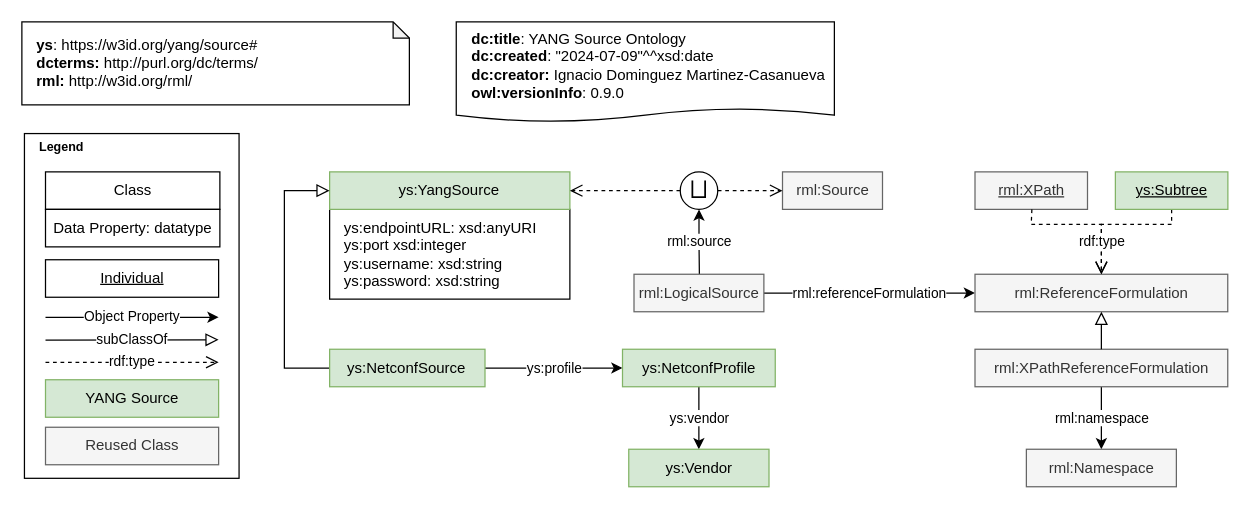
The draw.io diagram diagrams/yang-source.drawio in candil-data-fabric/yang-server-ontology, before the edit. Source tidied: cells renumbered, new cells numbered last; positions are measured from the earlier drawing's top-left corner, leaving out a move shared by most shapes. Both pictures are drawn from the tidied source at 125%, with x=0, y=0 at pixel (-41, 21).
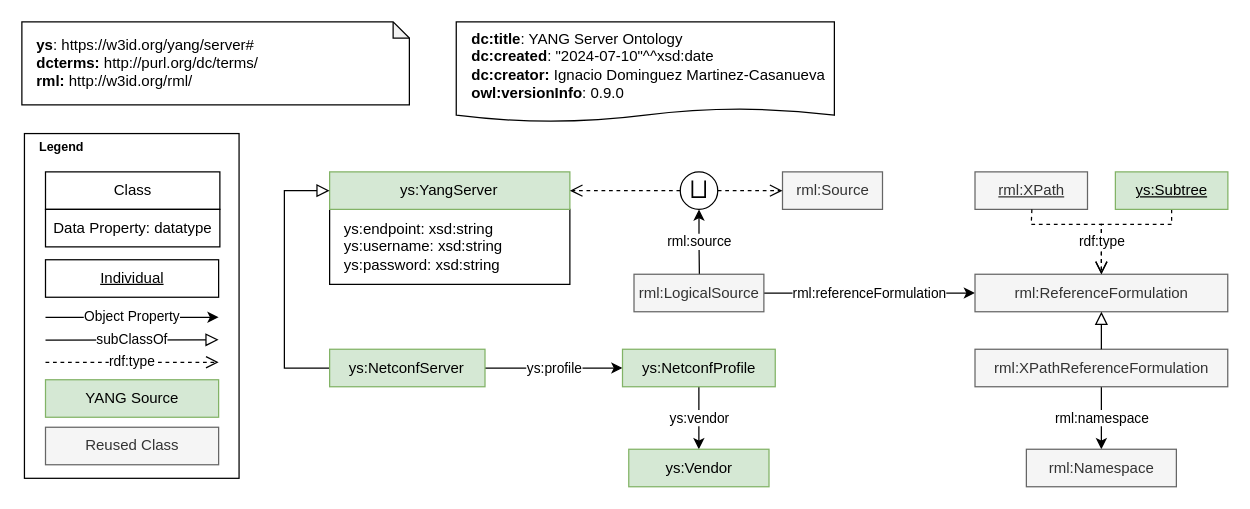
The same page after the edit.

The edit, as a diff of the source:
```diff
@@
-    <mxCell id="10" value="&lt;div&gt;&lt;b&gt;dc:title&lt;/b&gt;: YANG Source Ontology&lt;br&gt;&lt;/div&gt;&lt;div&gt;&lt;b&gt;dc:created&lt;/b&gt;: &quot;2024-07-09&quot;^^xsd:date&lt;/div&gt;&lt;div&gt;&lt;b&gt;dc:creator:&lt;/b&gt;&amp;nbsp;Ignacio Dominguez Martinez-Casanueva&lt;br&gt;&lt;/div&gt;&lt;div&gt;&lt;b&gt;owl:versionInfo&lt;/b&gt;: 0.9.0&lt;br&gt;&lt;/div&gt;" style="shape=document;whiteSpace=wrap;html=1;boundedLbl=1;labelBackgroundColor=#ffffff;strokeColor=#000000;fontSize=12;fontColor=#000000;size=0.13333333333333333;align=left;spacingLeft=10;" parent="1" vertex="1">
+    <mxCell id="10" value="&lt;div&gt;&lt;b&gt;dc:title&lt;/b&gt;: YANG Server Ontology&lt;br&gt;&lt;/div&gt;&lt;div&gt;&lt;b&gt;dc:created&lt;/b&gt;: &quot;2024-07-10&quot;^^xsd:date&lt;/div&gt;&lt;div&gt;&lt;b&gt;dc:creator:&lt;/b&gt;&amp;nbsp;Ignacio Dominguez Martinez-Casanueva&lt;br&gt;&lt;/div&gt;&lt;div&gt;&lt;b&gt;owl:versionInfo&lt;/b&gt;: 0.9.0&lt;br&gt;&lt;/div&gt;" style="shape=document;whiteSpace=wrap;html=1;boundedLbl=1;labelBackgroundColor=#ffffff;strokeColor=#000000;fontSize=12;fontColor=#000000;size=0.13333333333333333;align=left;spacingLeft=10;" parent="1" vertex="1">
       <mxGeometry x="397.5" width="302.5" height="80" as="geometry" />
     </mxCell>
@@
-    <mxCell id="12" value="&lt;div style=&quot;border-color: var(--border-color);&quot;&gt;&lt;b style=&quot;border-color: var(--border-color);&quot;&gt;ys&lt;/b&gt;:&amp;nbsp;&lt;span style=&quot;white-space: pre;&quot;&gt;&lt;font style=&quot;&quot; face=&quot;Helvetica&quot;&gt;https://w3id.org/yang/source#&lt;/font&gt;&lt;/span&gt;&lt;/div&gt;&lt;div style=&quot;border-color: var(--border-color);&quot;&gt;&lt;b style=&quot;background-color: initial; border-color: var(--border-color);&quot;&gt;dcterms:&amp;nbsp;&lt;/b&gt;&lt;span style=&quot;background-color: initial;&quot;&gt;http://purl.org/dc/terms/&lt;/span&gt;&lt;br&gt;&lt;/div&gt;&lt;div style=&quot;border-color: var(--border-color);&quot;&gt;&lt;span style=&quot;background-color: initial;&quot;&gt;&lt;b&gt;rml:&lt;/b&gt;&amp;nbsp;&lt;/span&gt;&lt;span style=&quot;background-color: initial;&quot;&gt;http://w3id.org/rml/&lt;/span&gt;&lt;/div&gt;&lt;b style=&quot;border-color: var(--border-color);&quot;&gt;&lt;div style=&quot;&quot;&gt;&lt;/div&gt;&lt;/b&gt;" style="shape=note;whiteSpace=wrap;html=1;backgroundOutline=1;darkOpacity=0.05;size=13;align=left;spacingLeft=10;" parent="1" vertex="1">
+    <mxCell id="12" value="&lt;div style=&quot;border-color: var(--border-color);&quot;&gt;&lt;b style=&quot;border-color: var(--border-color);&quot;&gt;ys&lt;/b&gt;:&amp;nbsp;&lt;span style=&quot;white-space: pre;&quot;&gt;&lt;font style=&quot;&quot; face=&quot;Helvetica&quot;&gt;https://w3id.org/yang/server#&lt;/font&gt;&lt;/span&gt;&lt;/div&gt;&lt;div style=&quot;border-color: var(--border-color);&quot;&gt;&lt;b style=&quot;background-color: initial; border-color: var(--border-color);&quot;&gt;dcterms:&amp;nbsp;&lt;/b&gt;&lt;span style=&quot;background-color: initial;&quot;&gt;http://purl.org/dc/terms/&lt;/span&gt;&lt;br&gt;&lt;/div&gt;&lt;div style=&quot;border-color: var(--border-color);&quot;&gt;&lt;span style=&quot;background-color: initial;&quot;&gt;&lt;b&gt;rml:&lt;/b&gt;&amp;nbsp;&lt;/span&gt;&lt;span style=&quot;background-color: initial;&quot;&gt;http://w3id.org/rml/&lt;/span&gt;&lt;/div&gt;&lt;b style=&quot;border-color: var(--border-color);&quot;&gt;&lt;div style=&quot;&quot;&gt;&lt;/div&gt;&lt;/b&gt;" style="shape=note;whiteSpace=wrap;html=1;backgroundOutline=1;darkOpacity=0.05;size=13;align=left;spacingLeft=10;" parent="1" vertex="1">
       <mxGeometry x="50" width="310" height="66.3" as="geometry" />
     </mxCell>
-    <mxCell id="13" value="&lt;div&gt;ys:endpointURL: xsd:anyURI&lt;/div&gt;&lt;div&gt;ys:port xsd:integer&lt;/div&gt;&lt;div&gt;&lt;span style=&quot;background-color: initial;&quot;&gt;ys:username: xsd:string&lt;/span&gt;&lt;/div&gt;&lt;div&gt;&lt;span style=&quot;background-color: initial;&quot;&gt;ys:password: xsd:string&lt;/span&gt;&lt;/div&gt;" style="rounded=0;whiteSpace=wrap;html=1;align=left;spacingLeft=10;" parent="1" vertex="1">
-      <mxGeometry x="296.2" y="150" width="192.2" height="71.8" as="geometry" />
+    <mxCell id="13" value="&lt;div&gt;ys:endpoint: xsd:string&lt;/div&gt;&lt;div&gt;&lt;span style=&quot;background-color: initial;&quot;&gt;ys:username: xsd:string&lt;/span&gt;&lt;br&gt;&lt;/div&gt;&lt;div&gt;&lt;span style=&quot;background-color: initial;&quot;&gt;ys:password: xsd:string&lt;/span&gt;&lt;/div&gt;" style="rounded=0;whiteSpace=wrap;html=1;align=left;spacingLeft=10;" parent="1" vertex="1">
+      <mxGeometry x="296.2" y="150" width="192.2" height="60" as="geometry" />
     </mxCell>
@@
-    <mxCell id="15" value="ys:YangSource" style="rounded=0;whiteSpace=wrap;html=1;snapToPoint=1;points=[[0.1,0],[0.2,0],[0.3,0],[0.4,0],[0.5,0],[0.6,0],[0.7,0],[0.8,0],[0.9,0],[0,0.1],[0,0.3],[0,0.5],[0,0.7],[0,0.9],[0.1,1],[0.2,1],[0.3,1],[0.4,1],[0.5,1],[0.6,1],[0.7,1],[0.8,1],[0.9,1],[1,0.1],[1,0.3],[1,0.5],[1,0.7],[1,0.9]];fillColor=#d5e8d4;strokeColor=#82b366;" parent="1" vertex="1">
+    <mxCell id="15" value="ys:YangServer" style="rounded=0;whiteSpace=wrap;html=1;snapToPoint=1;points=[[0.1,0],[0.2,0],[0.3,0],[0.4,0],[0.5,0],[0.6,0],[0.7,0],[0.8,0],[0.9,0],[0,0.1],[0,0.3],[0,0.5],[0,0.7],[0,0.9],[0.1,1],[0.2,1],[0.3,1],[0.4,1],[0.5,1],[0.6,1],[0.7,1],[0.8,1],[0.9,1],[1,0.1],[1,0.3],[1,0.5],[1,0.7],[1,0.9]];fillColor=#d5e8d4;strokeColor=#82b366;" parent="1" vertex="1">
       <mxGeometry x="296.2" y="120" width="192.2" height="30" as="geometry" />
     </mxCell>
@@
-    <mxCell id="33" value="ys:NetconfSource" style="rounded=0;whiteSpace=wrap;html=1;snapToPoint=1;points=[[0.1,0],[0.2,0],[0.3,0],[0.4,0],[0.5,0],[0.6,0],[0.7,0],[0.8,0],[0.9,0],[0,0.1],[0,0.3],[0,0.5],[0,0.7],[0,0.9],[0.1,1],[0.2,1],[0.3,1],[0.4,1],[0.5,1],[0.6,1],[0.7,1],[0.8,1],[0.9,1],[1,0.1],[1,0.3],[1,0.5],[1,0.7],[1,0.9]];fillColor=#d5e8d4;strokeColor=#82b366;" parent="1" vertex="1">
+    <mxCell id="33" value="ys:NetconfServer" style="rounded=0;whiteSpace=wrap;html=1;snapToPoint=1;points=[[0.1,0],[0.2,0],[0.3,0],[0.4,0],[0.5,0],[0.6,0],[0.7,0],[0.8,0],[0.9,0],[0,0.1],[0,0.3],[0,0.5],[0,0.7],[0,0.9],[0.1,1],[0.2,1],[0.3,1],[0.4,1],[0.5,1],[0.6,1],[0.7,1],[0.8,1],[0.9,1],[1,0.1],[1,0.3],[1,0.5],[1,0.7],[1,0.9]];fillColor=#d5e8d4;strokeColor=#82b366;" parent="1" vertex="1">
       <mxGeometry x="296.2" y="261.9" width="124.3" height="30" as="geometry" />
     </mxCell>
```
